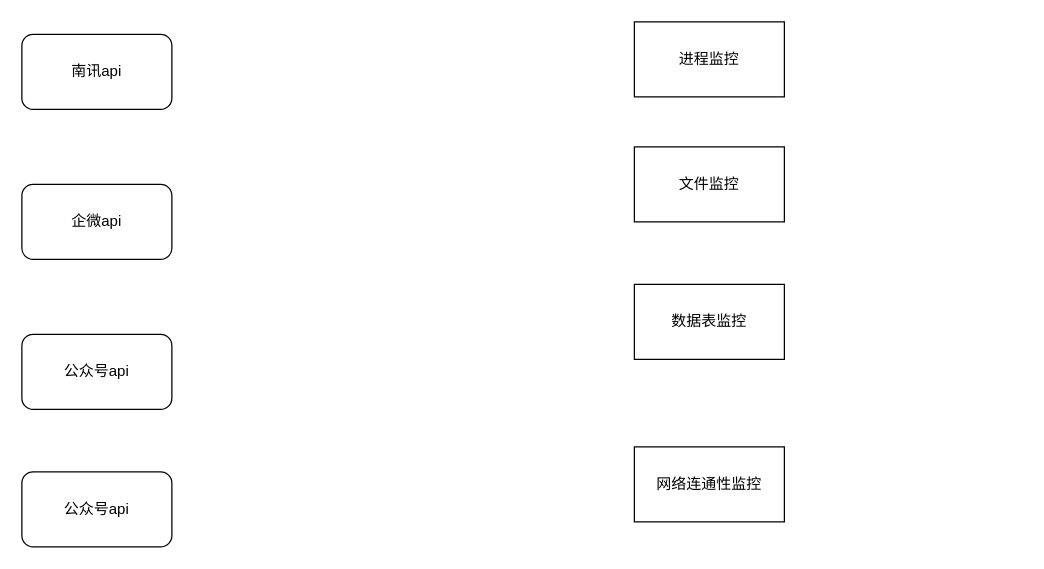
DThadch/draw keeps this draw.io diagram as 监控.drawio. Above is the earlier version. Source tidied: cells renumbered, new cells numbered last; positions are measured from the earlier drawing's top-left corner, leaving out a move shared by most shapes. Both pictures are drawn from the tidied source at 125%, with x=0, y=0 at pixel (21, 21).
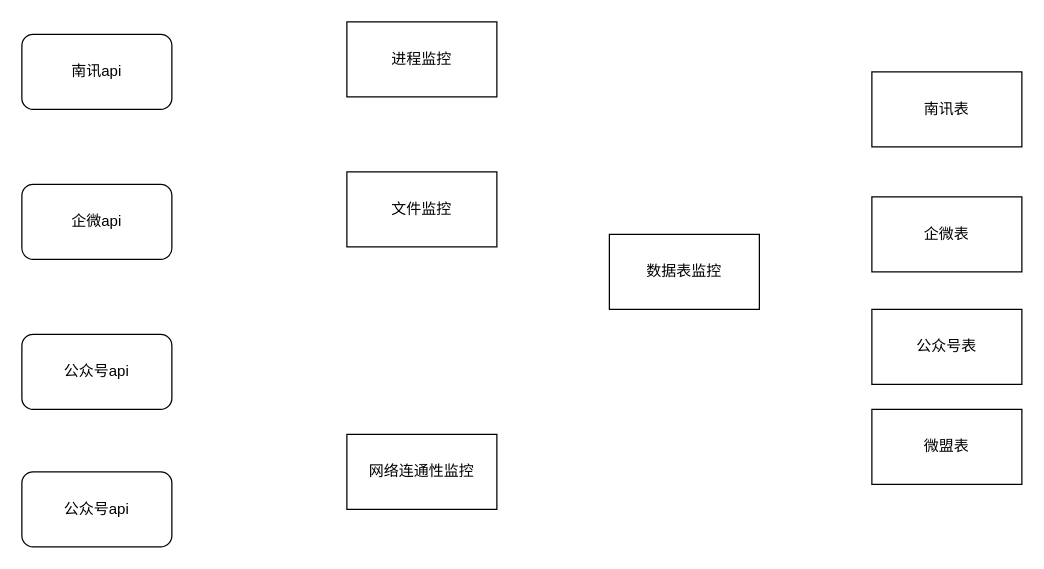
Above is the later version.

What changed in the source:
```diff
@@
 <mxGraphModel>
   <root>
     <mxCell id="0" />
     <mxCell id="1" parent="0" />
     <mxCell id="2" value="南讯api" style="rounded=1;whiteSpace=wrap;html=1;" parent="1" vertex="1">
       <mxGeometry y="10" width="120" height="60" as="geometry" />
     </mxCell>
     <mxCell id="3" value="企微api" style="rounded=1;whiteSpace=wrap;html=1;" parent="1" vertex="1">
       <mxGeometry y="130" width="120" height="60" as="geometry" />
     </mxCell>
     <mxCell id="4" value="公众号api" style="rounded=1;whiteSpace=wrap;html=1;" parent="1" vertex="1">
       <mxGeometry y="250" width="120" height="60" as="geometry" />
     </mxCell>
     <mxCell id="5" value="公众号api" style="rounded=1;whiteSpace=wrap;html=1;" parent="1" vertex="1">
       <mxGeometry y="360" width="120" height="60" as="geometry" />
     </mxCell>
     <mxCell id="6" value="进程监控" style="rounded=0;whiteSpace=wrap;html=1;" parent="1" vertex="1">
-      <mxGeometry x="490" width="120" height="60" as="geometry" />
+      <mxGeometry x="260" width="120" height="60" as="geometry" />
     </mxCell>
     <mxCell id="7" value="文件监控" style="rounded=0;whiteSpace=wrap;html=1;" parent="1" vertex="1">
-      <mxGeometry x="490" y="100" width="120" height="60" as="geometry" />
+      <mxGeometry x="260" y="120" width="120" height="60" as="geometry" />
     </mxCell>
     <mxCell id="8" value="数据表监控" style="rounded=0;whiteSpace=wrap;html=1;" parent="1" vertex="1">
-      <mxGeometry x="490" y="210" width="120" height="60" as="geometry" />
+      <mxGeometry x="470" y="170" width="120" height="60" as="geometry" />
     </mxCell>
     <mxCell id="9" value="网络连通性监控" style="rounded=0;whiteSpace=wrap;html=1;" parent="1" vertex="1">
-      <mxGeometry x="490" y="340" width="120" height="60" as="geometry" />
+      <mxGeometry x="260" y="330" width="120" height="60" as="geometry" />
     </mxCell>
+    <mxCell id="10" value="南讯表" style="rounded=0;whiteSpace=wrap;html=1;" parent="1" vertex="1">
+      <mxGeometry x="680" y="40" width="120" height="60" as="geometry" />
+    </mxCell>
+    <mxCell id="11" value="企微表" style="rounded=0;whiteSpace=wrap;html=1;" parent="1" vertex="1">
+      <mxGeometry x="680" y="140" width="120" height="60" as="geometry" />
+    </mxCell>
+    <mxCell id="12" value="公众号表" style="rounded=0;whiteSpace=wrap;html=1;" parent="1" vertex="1">
+      <mxGeometry x="680" y="230" width="120" height="60" as="geometry" />
+    </mxCell>
+    <mxCell id="13" value="微盟表" style="rounded=0;whiteSpace=wrap;html=1;" parent="1" vertex="1">
+      <mxGeometry x="680" y="310" width="120" height="60" as="geometry" />
+    </mxCell>
   </root>
 </mxGraphModel>
```
